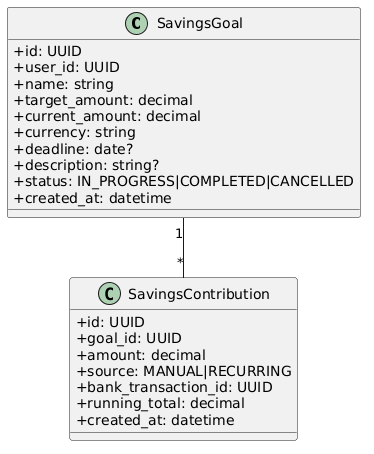
Above: docs/detailed-designs/diagrams/rendered/class_savings.png in QuinntyneBrown/LendQ (PlantUML), before the change.
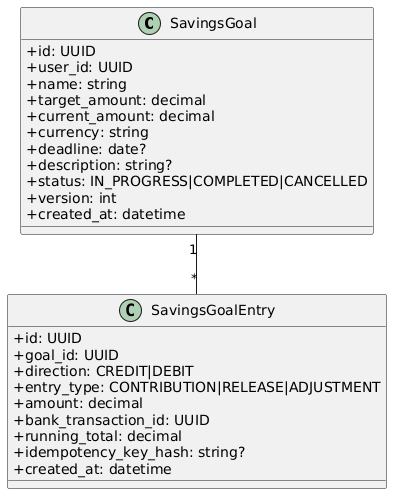
After the change.

The edit, as a diff of the source:
```diff
@@ -10,16 +10,19 @@
   +deadline: date?
   +description: string?
   +status: IN_PROGRESS|COMPLETED|CANCELLED
+  +version: int
   +created_at: datetime
 }
-class SavingsContribution {
+class SavingsGoalEntry {
   +id: UUID
   +goal_id: UUID
+  +direction: CREDIT|DEBIT
+  +entry_type: CONTRIBUTION|RELEASE|ADJUSTMENT
   +amount: decimal
-  +source: MANUAL|RECURRING
   +bank_transaction_id: UUID
   +running_total: decimal
+  +idempotency_key_hash: string?
   +created_at: datetime
 }
-SavingsGoal "1" -- "*" SavingsContribution
+SavingsGoal "1" -- "*" SavingsGoalEntry
 @enduml
```
